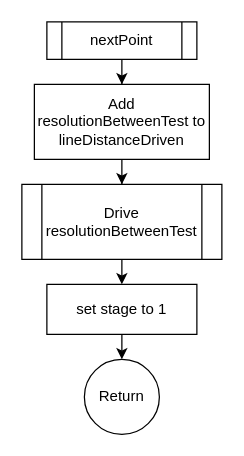
Above: Draw/nextPoint.drawio in jens1906/P1-project-1.-semester (draw.io), before the change. Source tidied: cells renumbered, new cells numbered last; positions are measured from the earlier drawing's top-left corner, leaving out a move shared by most shapes. Both pictures are drawn from the tidied source at 125%, with x=0, y=0 at pixel (21, 21).
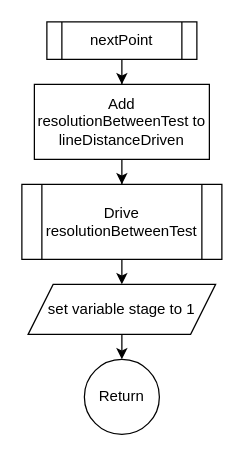
The same page after the edit.

Diff of the diagram source:
```diff
@@
 <mxGraphModel>
   <root>
     <mxCell id="0" />
     <mxCell id="1" parent="0" />
     <mxCell id="2" style="edgeStyle=orthogonalEdgeStyle;rounded=0;jettySize=auto;html=1;" parent="1" edge="1" source="3" target="5">
       <mxGeometry relative="1" as="geometry" />
     </mxCell>
     <mxCell id="3" value="nextPoint" style="shape=process;whiteSpace=wrap;html=1;backgroundOutline=1;" parent="1" vertex="1">
       <mxGeometry x="20" width="120" height="30" as="geometry" />
     </mxCell>
     <mxCell id="4" style="edgeStyle=orthogonalEdgeStyle;rounded=0;jettySize=auto;html=1;entryX=0.5;entryY=0;entryDx=0;entryDy=0;" parent="1" edge="1" source="5" target="7">
       <mxGeometry relative="1" as="geometry" />
     </mxCell>
     <mxCell id="5" value="Add resolutionBetweenTest to lineDistanceDriven" style="whiteSpace=wrap;html=1;" parent="1" vertex="1">
       <mxGeometry x="10" y="50" width="140" height="60" as="geometry" />
     </mxCell>
     <mxCell id="6" style="edgeStyle=orthogonalEdgeStyle;rounded=0;jettySize=auto;html=1;exitX=0.5;exitY=1;exitDx=0;exitDy=0;entryX=0.5;entryY=0;entryDx=0;entryDy=0;" parent="1" edge="1" source="7" target="10">
       <mxGeometry relative="1" as="geometry" />
     </mxCell>
     <mxCell id="7" value="Drive resolutionBetweenTest" style="shape=process;whiteSpace=wrap;html=1;backgroundOutline=1;" parent="1" vertex="1">
       <mxGeometry y="130" width="160" height="60" as="geometry" />
     </mxCell>
     <mxCell id="8" value="Return" style="ellipse;whiteSpace=wrap;html=1;" parent="1" vertex="1">
       <mxGeometry x="50" y="270" width="60" height="60" as="geometry" />
     </mxCell>
     <mxCell id="9" style="edgeStyle=orthogonalEdgeStyle;rounded=0;jettySize=auto;html=1;exitX=0.5;exitY=1;exitDx=0;exitDy=0;entryX=0.5;entryY=0;entryDx=0;entryDy=0;" parent="1" edge="1" source="10" target="8">
       <mxGeometry relative="1" as="geometry" />
     </mxCell>
-    <mxCell id="10" value="set stage to 1" style="rounded=0;whiteSpace=wrap;html=1;" parent="1" vertex="1">
-      <mxGeometry x="20" y="210" width="120" height="40" as="geometry" />
+    <mxCell id="10" value="set variable stage to 1" style="shape=parallelogram;perimeter=parallelogramPerimeter;whiteSpace=wrap;html=1;fixedSize=1;" parent="1" vertex="1">
+      <mxGeometry x="5" y="210" width="150" height="40" as="geometry" />
     </mxCell>
   </root>
 </mxGraphModel>
```
